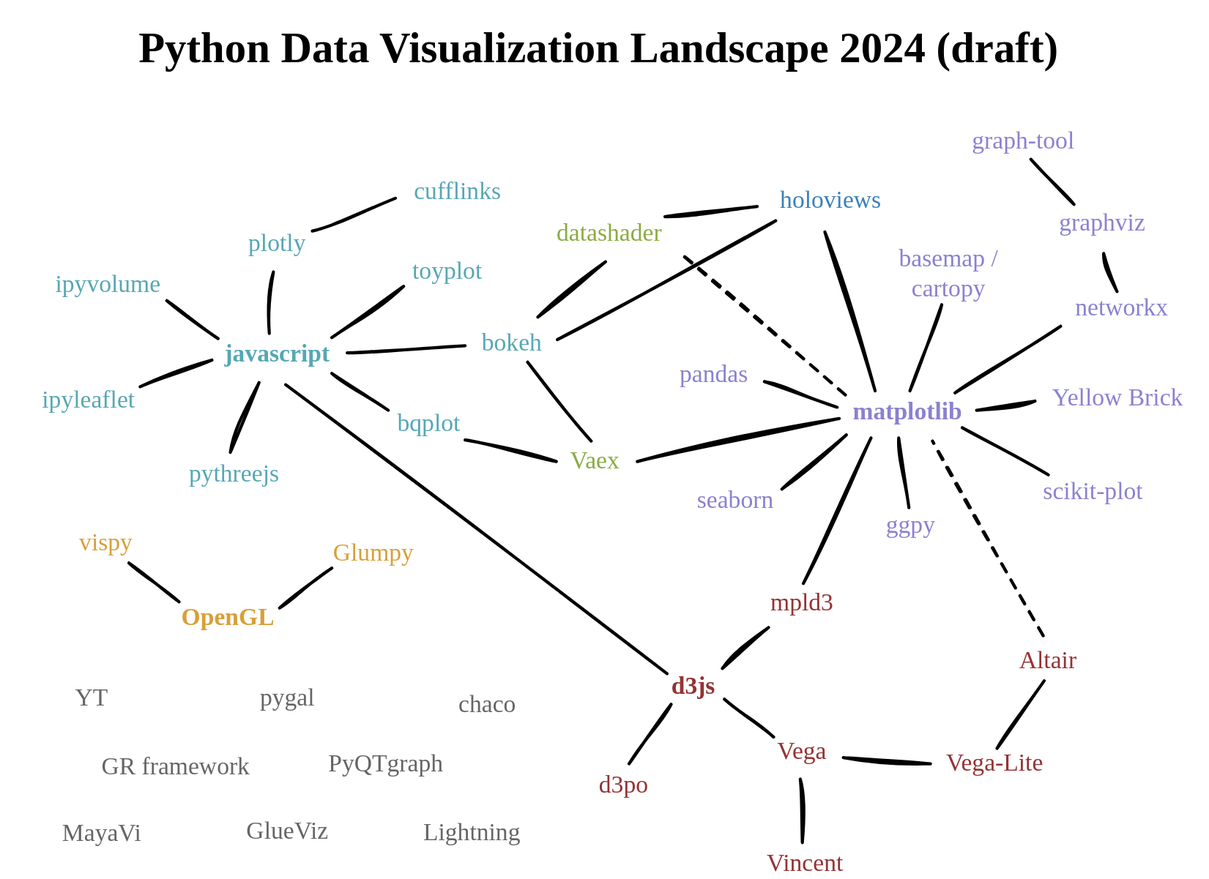
Before: python-data-visualization-landscape.svg, a diagram exported from draw.io (jeroenjanssens/python-data-visualization-landscape). Source tidied: cells renumbered, new cells last; positions are measured from the earlier drawing's top-left corner, leaving out a move shared by most shapes.
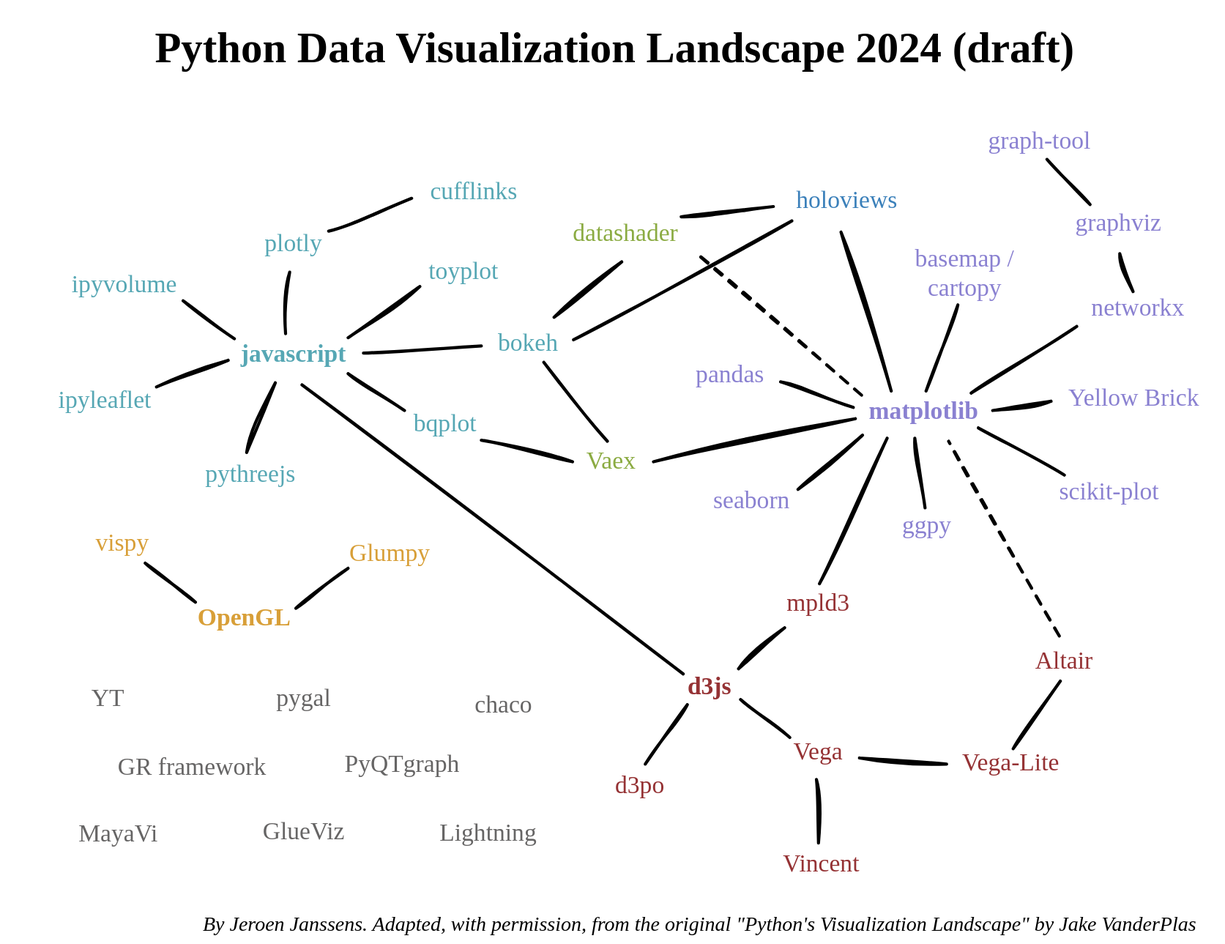
The same file after the commit.

Change to the diagram source:
```diff
@@ -125,6 +125,9 @@
     <mxCell id="42" value="&lt;font style=&quot;font-size: 42px;&quot;&gt;Python Data Visualization Landscape 2024 (draft)&lt;br&gt;&lt;/font&gt;" style="text;html=1;align=center;verticalAlign=middle;whiteSpace=wrap;rounded=0;fontFamily=Comic Sans MS;fontStyle=1;fontSize=44;" parent="1" vertex="1">
       <mxGeometry width="1167" height="93" as="geometry" />
     </mxCell>
+    <mxCell id="80" value="By Jeroen Janssens. Adapted, with permission, from the original &quot;Python's Visualization Landscape&quot; by Jake VanderPlas " style="text;html=1;align=right;verticalAlign=middle;whiteSpace=wrap;rounded=0;fontFamily=Comic Sans MS;fontStyle=2;fontSize=20;" parent="1" vertex="1">
+      <mxGeometry x="-16" y="880" width="1169" height="40" as="geometry" />
+    </mxCell>
     <mxCell id="43" value="Links" parent="0" />
     <mxCell id="44" style="endArrow=none;html=1;rounded=0;sketch=1;curveFitting=1;jiggle=2;strokeWidth=3;" parent="43" edge="1">
       <mxGeometry relative="1" as="geometry">
```
